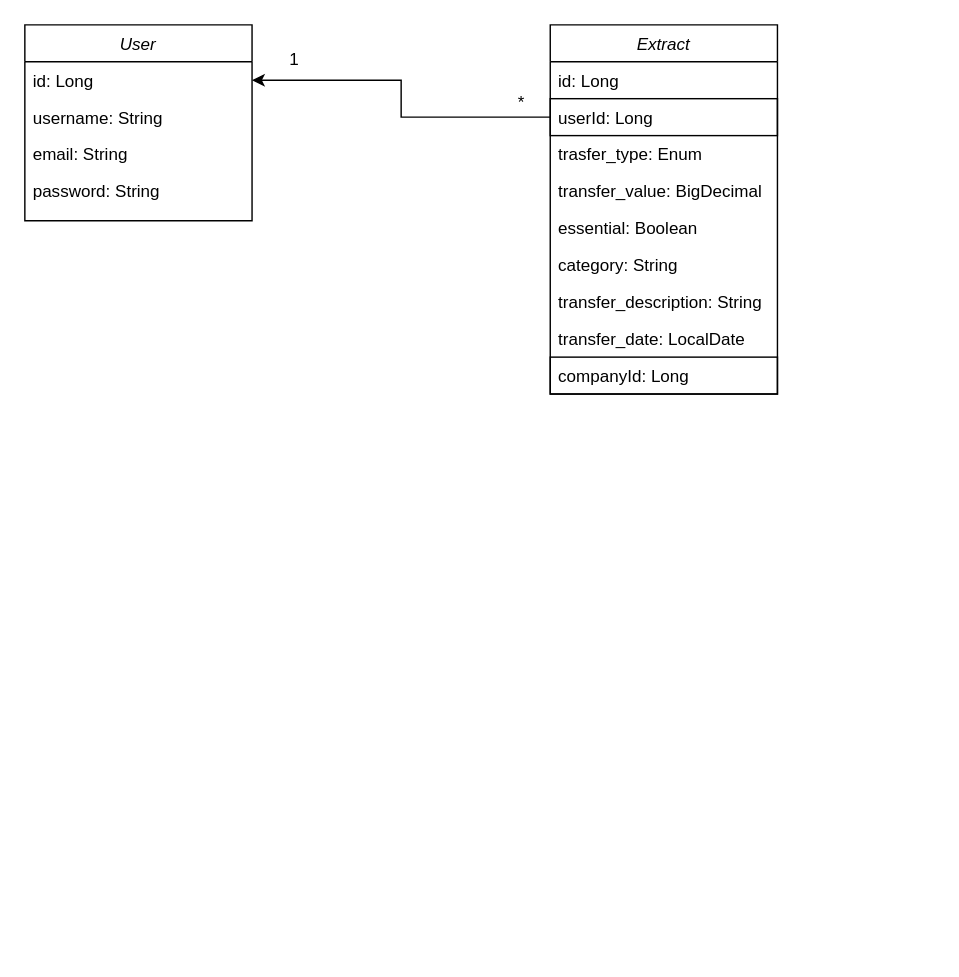
Above: documentation/FinanceNowDB.drawio in ViniPeralta/financenowback (draw.io), before the change. Source tidied: cells renumbered, new cells numbered last; positions are measured from the earlier drawing's top-left corner, leaving out a move shared by most shapes. Both pictures are drawn from the tidied source at 142%, with x=0, y=0 at pixel (24, 24).
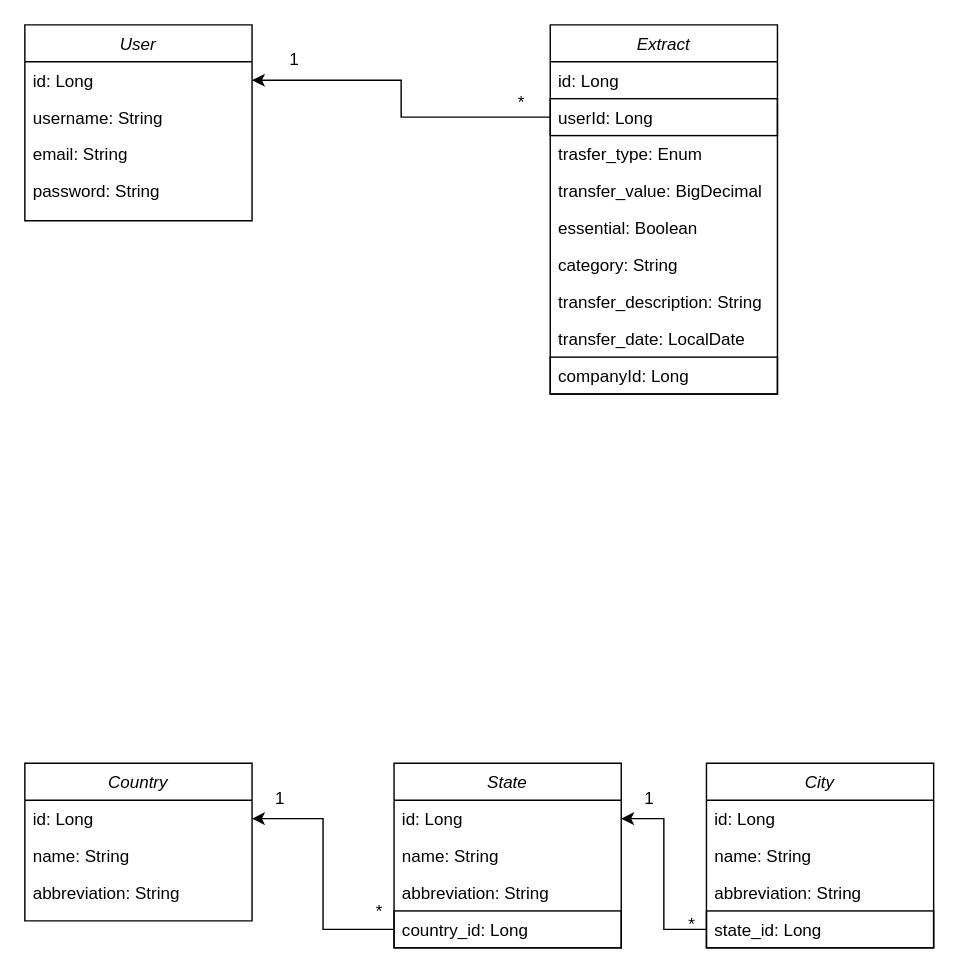
Above is the later version.

Diff of the diagram source:
```diff
@@
+    <mxCell id="20" value="Country" style="swimlane;fontStyle=2;align=center;verticalAlign=top;horizontal=1;startSize=26;rounded=0;shadow=0;strokeWidth=1;" parent="1" vertex="1">
+      <mxGeometry y="520" width="160" height="111" as="geometry" />
+    </mxCell>
+    <mxCell id="21" value="id: Long" style="text;align=left;verticalAlign=top;spacingLeft=4;spacingRight=4;overflow=hidden;points=[[0,0.5],[1,0.5]];portConstraint=eastwest;" parent="20" vertex="1">
+      <mxGeometry y="26" width="160" height="26" as="geometry" />
+    </mxCell>
+    <mxCell id="22" value="name: String" style="text;align=left;verticalAlign=top;spacingLeft=4;spacingRight=4;overflow=hidden;rounded=0;shadow=0;html=0;" parent="20" vertex="1">
+      <mxGeometry y="52" width="160" height="26" as="geometry" />
+    </mxCell>
+    <mxCell id="23" value="abbreviation: String" style="text;align=left;verticalAlign=top;spacingLeft=4;spacingRight=4;overflow=hidden;rounded=0;shadow=0;html=0;" parent="20" vertex="1">
+      <mxGeometry y="78" width="160" height="26" as="geometry" />
+    </mxCell>
+    <mxCell id="24" value="State" style="swimlane;fontStyle=2;align=center;verticalAlign=top;horizontal=1;startSize=26;rounded=0;shadow=0;strokeWidth=1;" parent="1" vertex="1">
+      <mxGeometry x="260" y="520" width="160" height="130" as="geometry" />
+    </mxCell>
+    <mxCell id="25" value="id: Long" style="text;align=left;verticalAlign=top;spacingLeft=4;spacingRight=4;overflow=hidden;points=[[0,0.5],[1,0.5]];portConstraint=eastwest;" parent="24" vertex="1">
+      <mxGeometry y="26" width="160" height="26" as="geometry" />
+    </mxCell>
+    <mxCell id="26" value="name: String" style="text;align=left;verticalAlign=top;spacingLeft=4;spacingRight=4;overflow=hidden;rounded=0;shadow=0;html=0;" parent="24" vertex="1">
+      <mxGeometry y="52" width="160" height="26" as="geometry" />
+    </mxCell>
+    <mxCell id="27" value="abbreviation: String" style="text;align=left;verticalAlign=top;spacingLeft=4;spacingRight=4;overflow=hidden;rounded=0;shadow=0;html=0;" parent="24" vertex="1">
+      <mxGeometry y="78" width="160" height="26" as="geometry" />
+    </mxCell>
+    <mxCell id="28" value="country_id: Long" style="text;align=left;verticalAlign=top;spacingLeft=4;spacingRight=4;overflow=hidden;points=[[0,0.5],[1,0.5]];portConstraint=eastwest;rounded=0;shadow=0;html=0;strokeColor=default;" parent="24" vertex="1">
+      <mxGeometry y="104" width="160" height="26" as="geometry" />
+    </mxCell>
+    <mxCell id="29" style="edgeStyle=orthogonalEdgeStyle;rounded=0;jettySize=auto;html=1;" parent="1" edge="1" source="28" target="21">
+      <mxGeometry relative="1" as="geometry" />
+    </mxCell>
+    <mxCell id="30" value="1" style="text;html=1;align=center;verticalAlign=middle;whiteSpace=wrap;rounded=0;" parent="1" vertex="1">
+      <mxGeometry x="150" y="530" width="60" height="30" as="geometry" />
+    </mxCell>
+    <mxCell id="31" value="*" style="text;html=1;align=center;verticalAlign=middle;whiteSpace=wrap;rounded=0;" parent="1" vertex="1">
+      <mxGeometry x="220" y="610" width="60" height="30" as="geometry" />
+    </mxCell>
+    <mxCell id="32" value="City" style="swimlane;fontStyle=2;align=center;verticalAlign=top;horizontal=1;startSize=26;rounded=0;shadow=0;strokeWidth=1;" parent="1" vertex="1">
+      <mxGeometry x="480" y="520" width="160" height="130" as="geometry" />
+    </mxCell>
+    <mxCell id="33" value="id: Long" style="text;align=left;verticalAlign=top;spacingLeft=4;spacingRight=4;overflow=hidden;" parent="32" vertex="1">
+      <mxGeometry y="26" width="160" height="26" as="geometry" />
+    </mxCell>
+    <mxCell id="34" value="name: String" style="text;align=left;verticalAlign=top;spacingLeft=4;spacingRight=4;overflow=hidden;rounded=0;shadow=0;html=0;" parent="32" vertex="1">
+      <mxGeometry y="52" width="160" height="26" as="geometry" />
+    </mxCell>
+    <mxCell id="35" value="abbreviation: String" style="text;align=left;verticalAlign=top;spacingLeft=4;spacingRight=4;overflow=hidden;rounded=0;shadow=0;html=0;" parent="32" vertex="1">
+      <mxGeometry y="78" width="160" height="26" as="geometry" />
+    </mxCell>
+    <mxCell id="36" value="state_id: Long" style="text;align=left;verticalAlign=top;spacingLeft=4;spacingRight=4;overflow=hidden;points=[[0,0.5],[1,0.5]];portConstraint=eastwest;rounded=0;shadow=0;html=0;strokeColor=default;" parent="32" vertex="1">
+      <mxGeometry y="104" width="160" height="26" as="geometry" />
+    </mxCell>
+    <mxCell id="37" style="edgeStyle=orthogonalEdgeStyle;rounded=0;jettySize=auto;html=1;entryX=1;entryY=0.5;entryDx=0;entryDy=0;" parent="1" edge="1" source="36" target="25">
+      <mxGeometry relative="1" as="geometry" />
+    </mxCell>
+    <mxCell id="38" value="1" style="text;html=1;align=center;verticalAlign=middle;whiteSpace=wrap;rounded=0;" parent="1" vertex="1">
+      <mxGeometry x="410" y="530" width="60" height="30" as="geometry" />
+    </mxCell>
+    <mxCell id="39" value="*" style="text;html=1;align=center;verticalAlign=middle;whiteSpace=wrap;rounded=0;" parent="1" vertex="1">
+      <mxGeometry x="440" y="619" width="60" height="30" as="geometry" />
+    </mxCell>
```
